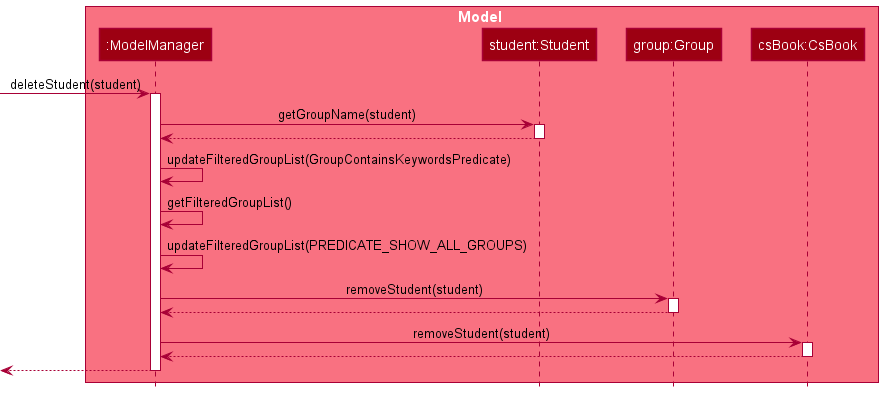
nus-cs2103-AY2122S1/tp keeps this PlantUML diagram as docs/images/GroupManagementSequence2.png. Above is the earlier version. Source of this version:
```plantuml
@startuml
!include style.puml


box Model MODEL_COLOR_T1
participant ":ModelManager" as ModelManager MODEL_COLOR
participant "student:Student" as Student MODEL_COLOR
participant "group:Group" as Group MODEL_COLOR
participant "csBook:CsBook" as CsBook MODEL_COLOR
end box

[-> ModelManager : deleteStudent(student)
activate ModelManager
ModelManager -> Student : getGroupName(student)
activate Student
Student --> ModelManager
deactivate Student

ModelManager -> ModelManager : updateFilteredGroupList(GroupContainsKeywordsPredicate)
ModelManager -> ModelManager : getFilteredGroupList()
ModelManager -> ModelManager : updateFilteredGroupList(PREDICATE_SHOW_ALL_GROUPS)

ModelManager -> Group : removeStudent(student)
activate Group
Group --> ModelManager
deactivate Group

ModelManager -> CsBook : removeStudent(student)
activate CsBook
CsBook --> ModelManager
deactivate CsBook
ModelManager -->[
deactivate ModelManager


@enduml
```
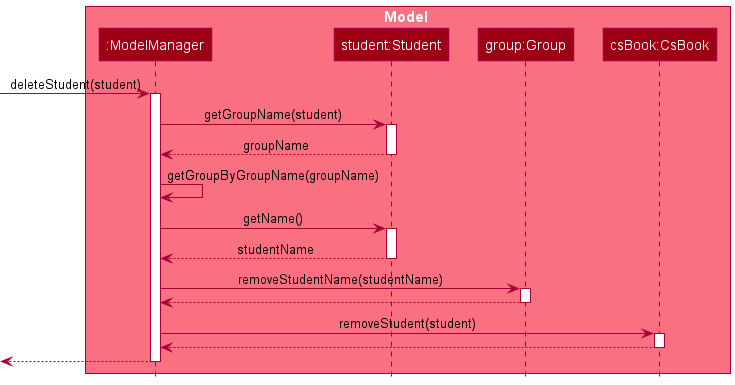
Above is the later version.

Commit message:
Update DG for group management portion

What changed in the source:
```diff
@@ -13,14 +13,15 @@
 activate ModelManager
 ModelManager -> Student : getGroupName(student)
 activate Student
-Student --> ModelManager
+Student --> ModelManager : groupName
 deactivate Student
 
-ModelManager -> ModelManager : updateFilteredGroupList(GroupContainsKeywordsPredicate)
-ModelManager -> ModelManager : getFilteredGroupList()
-ModelManager -> ModelManager : updateFilteredGroupList(PREDICATE_SHOW_ALL_GROUPS)
-
-ModelManager -> Group : removeStudent(student)
+ModelManager -> ModelManager : getGroupByGroupName(groupName)
+ModelManager -> Student : getName()
+activate Student
+Student --> ModelManager : studentName
+deactivate Student
+ModelManager -> Group : removeStudentName(studentName)
 activate Group
 Group --> ModelManager
 deactivate Group
@@ -32,5 +33,4 @@
 ModelManager -->[
 deactivate ModelManager
 
-
 @enduml
```
